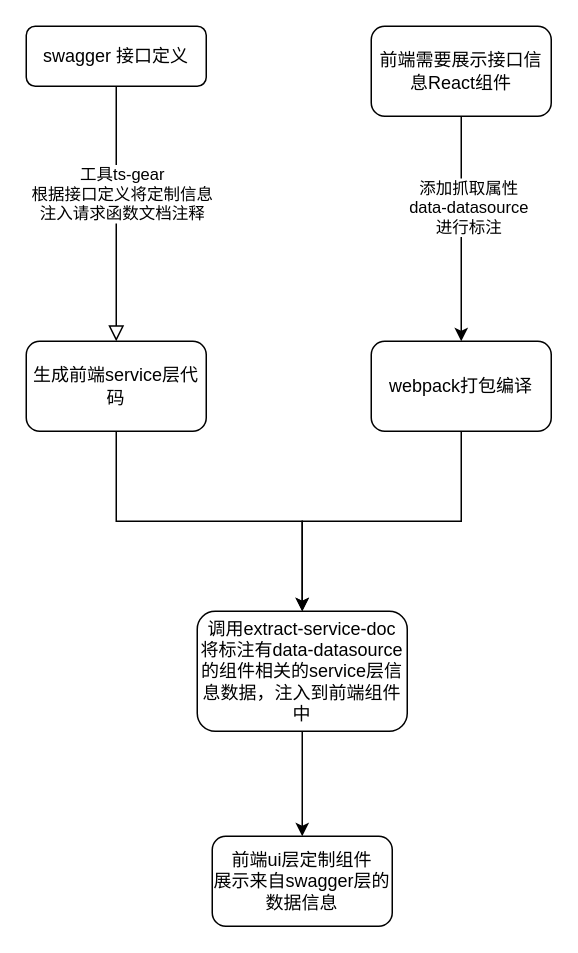
Earlier version of the draw.io diagram Untitled Diagram.drawio (superwf/diagram). Source tidied: cells renumbered, new cells numbered last; positions are measured from the earlier drawing's top-left corner, leaving out a move shared by most shapes. Both pictures are drawn from the tidied source at 150%, with x=0, y=0 at pixel (26, 26).
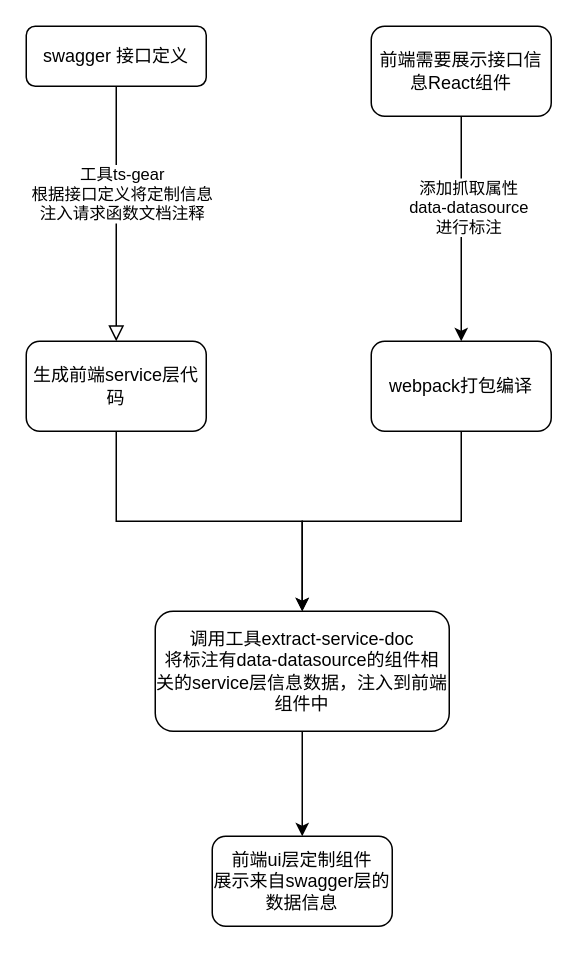
The same page after the edit.

Diff of the diagram source:
```diff
@@
 <mxGraphModel>
   <root>
     <mxCell id="0" />
     <mxCell id="1" parent="0" />
     <mxCell id="2" style="rounded=0;html=1;jettySize=auto;fontSize=11;endArrow=block;endFill=0;endSize=8;strokeWidth=1;shadow=0;labelBackgroundColor=none;edgeStyle=orthogonalEdgeStyle;entryX=0.5;entryY=0;entryDx=0;entryDy=0;" parent="1" edge="1" source="4" target="6">
       <mxGeometry relative="1" as="geometry" />
     </mxCell>
     <mxCell id="3" value="工具ts-gear&lt;br&gt;根据接口定义将定制信息&lt;br&gt;注入请求函数文档注释" style="edgeLabel;html=1;align=center;verticalAlign=middle;" parent="2" vertex="1">
       <mxGeometry x="-0.16" y="3" relative="1" as="geometry" />
     </mxCell>
     <mxCell id="4" value="swagger 接口定义" style="rounded=1;whiteSpace=wrap;html=1;fontSize=12;glass=0;strokeWidth=1;shadow=0;" parent="1" vertex="1">
       <mxGeometry width="120" height="40" as="geometry" />
     </mxCell>
     <mxCell id="5" style="edgeStyle=orthogonalEdgeStyle;rounded=0;jettySize=auto;html=1;exitX=0.5;exitY=1;exitDx=0;exitDy=0;" parent="1" edge="1" source="6" target="13">
       <mxGeometry relative="1" as="geometry" />
     </mxCell>
     <mxCell id="6" value="&lt;span&gt;生成前端service层代码&lt;/span&gt;" style="rounded=1;whiteSpace=wrap;html=1;" parent="1" vertex="1">
       <mxGeometry y="210" width="120" height="60" as="geometry" />
     </mxCell>
     <mxCell id="7" style="edgeStyle=orthogonalEdgeStyle;rounded=0;jettySize=auto;html=1;exitX=0.5;exitY=1;exitDx=0;exitDy=0;entryX=0.5;entryY=0;entryDx=0;entryDy=0;" parent="1" edge="1" source="9" target="11">
       <mxGeometry relative="1" as="geometry" />
     </mxCell>
     <mxCell id="8" value="添加抓取属性&lt;br&gt;data-datasource&lt;br&gt;进行标注" style="edgeLabel;html=1;align=center;verticalAlign=middle;" parent="7" vertex="1">
       <mxGeometry x="-0.2" y="4" relative="1" as="geometry" />
     </mxCell>
     <mxCell id="9" value="前端需要展示接口信息React组件" style="rounded=1;whiteSpace=wrap;html=1;" parent="1" vertex="1">
       <mxGeometry x="230" width="120" height="60" as="geometry" />
     </mxCell>
     <mxCell id="10" style="edgeStyle=orthogonalEdgeStyle;rounded=0;jettySize=auto;html=1;" parent="1" edge="1" source="11" target="13">
       <mxGeometry relative="1" as="geometry" />
     </mxCell>
     <mxCell id="11" value="webpack打包编译" style="rounded=1;whiteSpace=wrap;html=1;" parent="1" vertex="1">
       <mxGeometry x="230" y="210" width="120" height="60" as="geometry" />
     </mxCell>
     <mxCell id="12" style="edgeStyle=orthogonalEdgeStyle;rounded=0;jettySize=auto;html=1;" parent="1" edge="1" source="13" target="14">
       <mxGeometry relative="1" as="geometry" />
     </mxCell>
-    <mxCell id="13" value="调用extract-service-doc&lt;br&gt;将标注有data-datasource的组件相关的service层信息数据，注入到前端组件中" style="rounded=1;whiteSpace=wrap;html=1;" parent="1" vertex="1">
-      <mxGeometry x="114" y="390" width="140" height="80" as="geometry" />
+    <mxCell id="13" value="调用工具extract-service-doc&lt;br&gt;将标注有data-datasource的组件相关的service层信息数据，注入到前端组件中" style="rounded=1;whiteSpace=wrap;html=1;" parent="1" vertex="1">
+      <mxGeometry x="86" y="390" width="196" height="80" as="geometry" />
     </mxCell>
     <mxCell id="14" value="前端ui层定制组件&lt;br&gt;展示来自swagger层的数据信息" style="whiteSpace=wrap;html=1;rounded=1;" parent="1" vertex="1">
       <mxGeometry x="124" y="540" width="120" height="60" as="geometry" />
     </mxCell>
   </root>
 </mxGraphModel>
```
